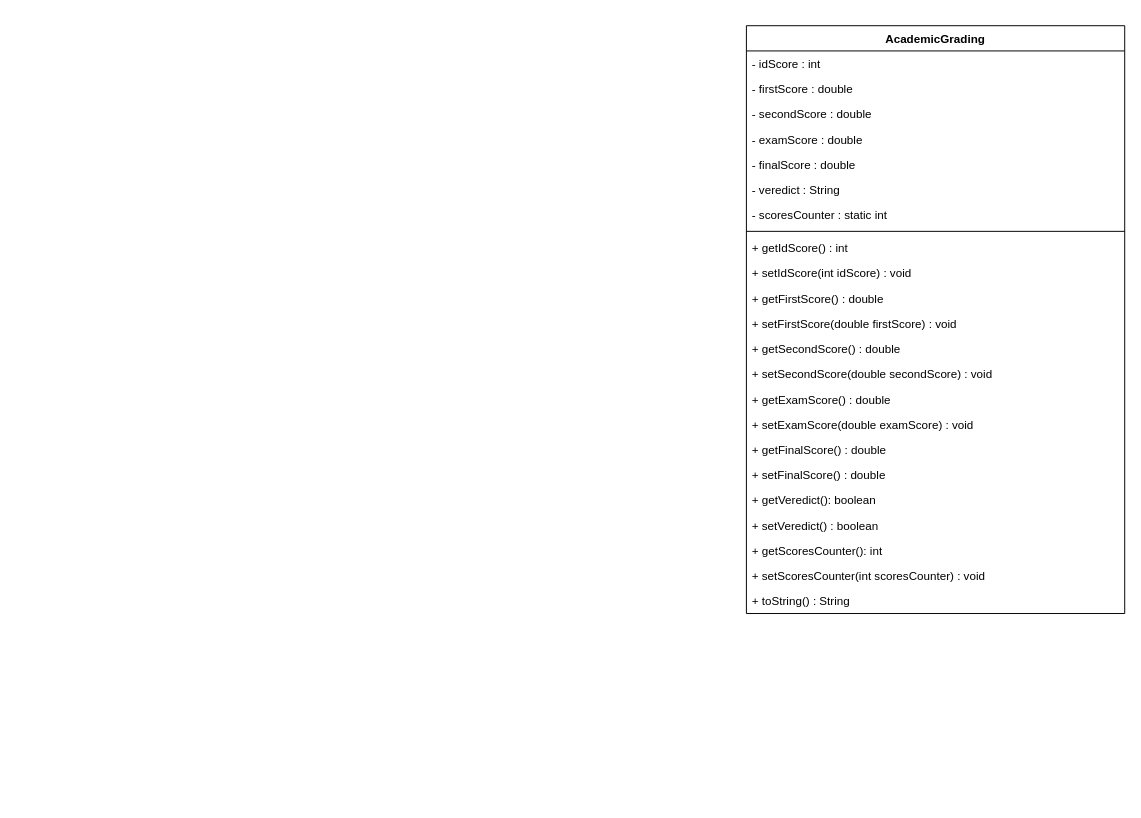
The draw.io diagram Fundamentos/AcademicGrading/src/co/com/mprd/domain/AcademicGrading.drawio in Maria-RD/Udemy-JavaCourse, before the edit. Source tidied: cells renumbered, new cells numbered last; positions are measured from the earlier drawing's top-left corner, leaving out a move shared by most shapes. Both pictures are drawn from the tidied source at 97%, with x=0, y=0 at pixel (746, 25).
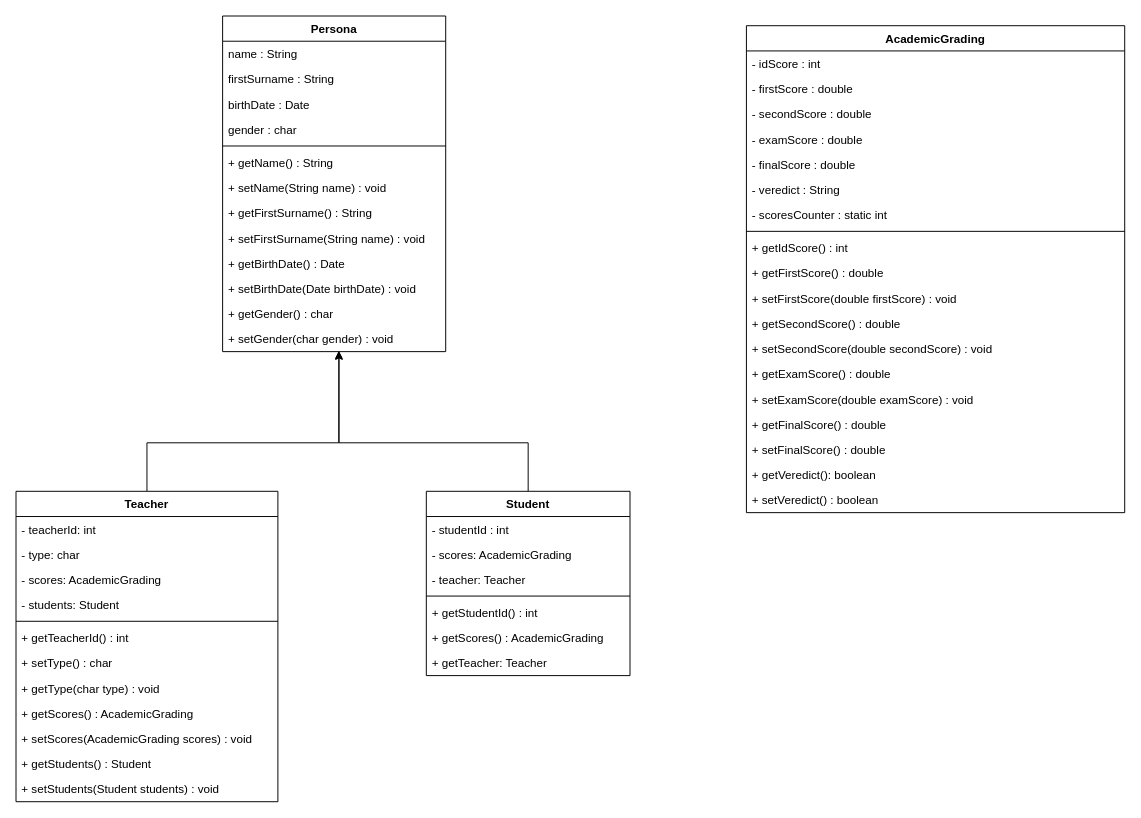
After the change.

Commit message (it also covers changes not shown here):
feat: teachers and students setup

The edit, as a diff of the source:
```diff
@@
     <mxCell id="2" value="AcademicGrading" style="swimlane;fontStyle=1;align=center;verticalAlign=top;horizontal=1;startSize=26;" parent="1" vertex="1">
-      <mxGeometry width="390" height="606" as="geometry" />
+      <mxGeometry width="390" height="502" as="geometry" />
     </mxCell>
@@
-    <mxCell id="12" value="+ setIdScore(int idScore) : void" style="text;strokeColor=none;fillColor=none;align=left;verticalAlign=top;spacingLeft=4;spacingRight=4;overflow=hidden;" parent="2" vertex="1">
-      <mxGeometry y="242" width="390" height="26" as="geometry" />
-    </mxCell>
     <mxCell id="13" value="+ getFirstScore() : double" style="text;strokeColor=none;fillColor=none;align=left;verticalAlign=top;spacingLeft=4;spacingRight=4;overflow=hidden;" parent="2" vertex="1">
-      <mxGeometry y="268" width="390" height="26" as="geometry" />
+      <mxGeometry y="242" width="390" height="26" as="geometry" />
     </mxCell>
     <mxCell id="14" value="+ setFirstScore(double firstScore) : void" style="text;strokeColor=none;fillColor=none;align=left;verticalAlign=top;spacingLeft=4;spacingRight=4;overflow=hidden;" parent="2" vertex="1">
-      <mxGeometry y="294" width="390" height="26" as="geometry" />
+      <mxGeometry y="268" width="390" height="26" as="geometry" />
     </mxCell>
     <mxCell id="15" value="+ getSecondScore() : double" style="text;strokeColor=none;fillColor=none;align=left;verticalAlign=top;spacingLeft=4;spacingRight=4;overflow=hidden;" parent="2" vertex="1">
-      <mxGeometry y="320" width="390" height="26" as="geometry" />
+      <mxGeometry y="294" width="390" height="26" as="geometry" />
     </mxCell>
     <mxCell id="16" value="+ setSecondScore(double secondScore) : void" style="text;strokeColor=none;fillColor=none;align=left;verticalAlign=top;spacingLeft=4;spacingRight=4;overflow=hidden;" parent="2" vertex="1">
-      <mxGeometry y="346" width="390" height="26" as="geometry" />
+      <mxGeometry y="320" width="390" height="26" as="geometry" />
     </mxCell>
     <mxCell id="17" value="+ getExamScore() : double" style="text;strokeColor=none;fillColor=none;align=left;verticalAlign=top;spacingLeft=4;spacingRight=4;overflow=hidden;" parent="2" vertex="1">
-      <mxGeometry y="372" width="390" height="26" as="geometry" />
+      <mxGeometry y="346" width="390" height="26" as="geometry" />
     </mxCell>
     <mxCell id="18" value="+ setExamScore(double examScore) : void" style="text;strokeColor=none;fillColor=none;align=left;verticalAlign=top;spacingLeft=4;spacingRight=4;overflow=hidden;" parent="2" vertex="1">
-      <mxGeometry y="398" width="390" height="26" as="geometry" />
+      <mxGeometry y="372" width="390" height="26" as="geometry" />
     </mxCell>
     <mxCell id="19" value="+ getFinalScore() : double" style="text;strokeColor=none;fillColor=none;align=left;verticalAlign=top;spacingLeft=4;spacingRight=4;overflow=hidden;" parent="2" vertex="1">
-      <mxGeometry y="424" width="390" height="26" as="geometry" />
+      <mxGeometry y="398" width="390" height="26" as="geometry" />
     </mxCell>
     <mxCell id="20" value="+ setFinalScore() : double" style="text;strokeColor=none;fillColor=none;align=left;verticalAlign=top;spacingLeft=4;spacingRight=4;overflow=hidden;" parent="2" vertex="1">
-      <mxGeometry y="450" width="390" height="26" as="geometry" />
+      <mxGeometry y="424" width="390" height="26" as="geometry" />
     </mxCell>
     <mxCell id="21" value="+ getVeredict(): boolean" style="text;strokeColor=none;fillColor=none;align=left;verticalAlign=top;spacingLeft=4;spacingRight=4;overflow=hidden;" parent="2" vertex="1">
-      <mxGeometry y="476" width="390" height="26" as="geometry" />
+      <mxGeometry y="450" width="390" height="26" as="geometry" />
     </mxCell>
     <mxCell id="22" value="+ setVeredict() : boolean" style="text;strokeColor=none;fillColor=none;align=left;verticalAlign=top;spacingLeft=4;spacingRight=4;overflow=hidden;" parent="2" vertex="1">
-      <mxGeometry y="502" width="390" height="26" as="geometry" />
+      <mxGeometry y="476" width="390" height="26" as="geometry" />
     </mxCell>
-    <mxCell id="23" value="+ getScoresCounter(): int" style="text;strokeColor=none;fillColor=none;align=left;verticalAlign=top;spacingLeft=4;spacingRight=4;overflow=hidden;" parent="2" vertex="1">
-      <mxGeometry y="528" width="390" height="26" as="geometry" />
-    </mxCell>
-    <mxCell id="24" value="+ setScoresCounter(int scoresCounter) : void" style="text;strokeColor=none;fillColor=none;align=left;verticalAlign=top;spacingLeft=4;spacingRight=4;overflow=hidden;" parent="2" vertex="1">
-      <mxGeometry y="554" width="390" height="26" as="geometry" />
-    </mxCell>
-    <mxCell id="25" value="+ toString() : String" style="text;strokeColor=none;fillColor=none;align=left;verticalAlign=top;spacingLeft=4;spacingRight=4;overflow=hidden;" parent="2" vertex="1">
-      <mxGeometry y="580" width="390" height="26" as="geometry" />
-    </mxCell>
+    <mxCell id="26" value="Persona" style="swimlane;fontStyle=1;align=center;verticalAlign=top;horizontal=1;startSize=26;" parent="1" vertex="1">
+      <mxGeometry x="-540" y="-10" width="230" height="346" as="geometry" />
+    </mxCell>
+    <mxCell id="27" value="name : String" style="text;strokeColor=none;fillColor=none;align=left;verticalAlign=top;spacingLeft=4;spacingRight=4;overflow=hidden;" parent="26" vertex="1">
+      <mxGeometry y="26" width="230" height="26" as="geometry" />
+    </mxCell>
+    <mxCell id="28" value="firstSurname : String" style="text;strokeColor=none;fillColor=none;align=left;verticalAlign=top;spacingLeft=4;spacingRight=4;overflow=hidden;" parent="26" vertex="1">
+      <mxGeometry y="52" width="230" height="26" as="geometry" />
+    </mxCell>
+    <mxCell id="29" value="birthDate : Date" style="text;strokeColor=none;fillColor=none;align=left;verticalAlign=top;spacingLeft=4;spacingRight=4;overflow=hidden;" parent="26" vertex="1">
+      <mxGeometry y="78" width="230" height="26" as="geometry" />
+    </mxCell>
+    <mxCell id="30" value="gender : char " style="text;strokeColor=none;fillColor=none;align=left;verticalAlign=top;spacingLeft=4;spacingRight=4;overflow=hidden;" parent="26" vertex="1">
+      <mxGeometry y="104" width="230" height="26" as="geometry" />
+    </mxCell>
+    <mxCell id="31" style="line;strokeWidth=1;fillColor=none;align=left;verticalAlign=middle;spacingTop=-1;spacingLeft=3;spacingRight=3;labelPosition=right;" parent="26" vertex="1">
+      <mxGeometry y="130" width="230" height="8" as="geometry" />
+    </mxCell>
+    <mxCell id="32" value="+ getName() : String" style="text;strokeColor=none;fillColor=none;align=left;verticalAlign=top;spacingLeft=4;spacingRight=4;overflow=hidden;" parent="26" vertex="1">
+      <mxGeometry y="138" width="230" height="26" as="geometry" />
+    </mxCell>
+    <mxCell id="33" value="+ setName(String name) : void" style="text;strokeColor=none;fillColor=none;align=left;verticalAlign=top;spacingLeft=4;spacingRight=4;overflow=hidden;" parent="26" vertex="1">
+      <mxGeometry y="164" width="230" height="26" as="geometry" />
+    </mxCell>
+    <mxCell id="34" value="+ getFirstSurname() : String" style="text;strokeColor=none;fillColor=none;align=left;verticalAlign=top;spacingLeft=4;spacingRight=4;overflow=hidden;" parent="26" vertex="1">
+      <mxGeometry y="190" width="230" height="26" as="geometry" />
+    </mxCell>
+    <mxCell id="35" value="+ setFirstSurname(String name) : void" style="text;strokeColor=none;fillColor=none;align=left;verticalAlign=top;spacingLeft=4;spacingRight=4;overflow=hidden;" parent="26" vertex="1">
+      <mxGeometry y="216" width="230" height="26" as="geometry" />
+    </mxCell>
+    <mxCell id="36" value="+ getBirthDate() : Date" style="text;strokeColor=none;fillColor=none;align=left;verticalAlign=top;spacingLeft=4;spacingRight=4;overflow=hidden;" parent="26" vertex="1">
+      <mxGeometry y="242" width="230" height="26" as="geometry" />
+    </mxCell>
+    <mxCell id="37" value="+ setBirthDate(Date birthDate) : void" style="text;strokeColor=none;fillColor=none;align=left;verticalAlign=top;spacingLeft=4;spacingRight=4;overflow=hidden;" parent="26" vertex="1">
+      <mxGeometry y="268" width="230" height="26" as="geometry" />
+    </mxCell>
+    <mxCell id="38" value="+ getGender() : char" style="text;strokeColor=none;fillColor=none;align=left;verticalAlign=top;spacingLeft=4;spacingRight=4;overflow=hidden;" parent="26" vertex="1">
+      <mxGeometry y="294" width="230" height="26" as="geometry" />
+    </mxCell>
+    <mxCell id="39" value="+ setGender(char gender) : void" style="text;strokeColor=none;fillColor=none;align=left;verticalAlign=top;spacingLeft=4;spacingRight=4;overflow=hidden;points=[[0,0.5],[1,0.5]];portConstraint=eastwest;" parent="26" vertex="1">
+      <mxGeometry y="320" width="230" height="26" as="geometry" />
+    </mxCell>
+    <mxCell id="40" style="edgeStyle=orthogonalEdgeStyle;rounded=0;jettySize=auto;html=1;entryX=0.521;entryY=0.963;entryDx=0;entryDy=0;entryPerimeter=0;" parent="1" edge="1" source="41" target="39">
+      <mxGeometry relative="1" as="geometry">
+        <Array as="points">
+          <mxPoint x="-618" y="430" />
+          <mxPoint x="-420" y="430" />
+        </Array>
+      </mxGeometry>
+    </mxCell>
+    <mxCell id="41" value="Teacher" style="swimlane;fontStyle=1;align=center;verticalAlign=top;horizontal=1;startSize=26;" parent="1" vertex="1">
+      <mxGeometry x="-753" y="480" width="270" height="320" as="geometry" />
+    </mxCell>
+    <mxCell id="42" value="- teacherId: int" style="text;strokeColor=none;fillColor=none;align=left;verticalAlign=top;spacingLeft=4;spacingRight=4;overflow=hidden;" parent="41" vertex="1">
+      <mxGeometry y="26" width="270" height="26" as="geometry" />
+    </mxCell>
+    <mxCell id="43" value="- type: char" style="text;strokeColor=none;fillColor=none;align=left;verticalAlign=top;spacingLeft=4;spacingRight=4;overflow=hidden;" parent="41" vertex="1">
+      <mxGeometry y="52" width="270" height="26" as="geometry" />
+    </mxCell>
+    <mxCell id="44" value="- scores: AcademicGrading" style="text;strokeColor=none;fillColor=none;align=left;verticalAlign=top;spacingLeft=4;spacingRight=4;overflow=hidden;" parent="41" vertex="1">
+      <mxGeometry y="78" width="270" height="26" as="geometry" />
+    </mxCell>
+    <mxCell id="45" value="- students: Student" style="text;strokeColor=none;fillColor=none;align=left;verticalAlign=top;spacingLeft=4;spacingRight=4;overflow=hidden;" parent="41" vertex="1">
+      <mxGeometry y="104" width="270" height="26" as="geometry" />
+    </mxCell>
+    <mxCell id="46" style="line;strokeWidth=1;fillColor=none;align=left;verticalAlign=middle;spacingTop=-1;spacingLeft=3;spacingRight=3;labelPosition=right;" parent="41" vertex="1">
+      <mxGeometry y="130" width="270" height="8" as="geometry" />
+    </mxCell>
+    <mxCell id="47" value="+ getTeacherId() : int" style="text;strokeColor=none;fillColor=none;align=left;verticalAlign=top;spacingLeft=4;spacingRight=4;overflow=hidden;" parent="41" vertex="1">
+      <mxGeometry y="138" width="270" height="26" as="geometry" />
+    </mxCell>
+    <mxCell id="48" value="+ setType() : char" style="text;strokeColor=none;fillColor=none;align=left;verticalAlign=top;spacingLeft=4;spacingRight=4;overflow=hidden;" parent="41" vertex="1">
+      <mxGeometry y="164" width="270" height="26" as="geometry" />
+    </mxCell>
+    <mxCell id="49" value="+ getType(char type) : void" style="text;strokeColor=none;fillColor=none;align=left;verticalAlign=top;spacingLeft=4;spacingRight=4;overflow=hidden;" parent="41" vertex="1">
+      <mxGeometry y="190" width="270" height="26" as="geometry" />
+    </mxCell>
+    <mxCell id="50" value="+ getScores() : AcademicGrading" style="text;strokeColor=none;fillColor=none;align=left;verticalAlign=top;spacingLeft=4;spacingRight=4;overflow=hidden;" parent="41" vertex="1">
+      <mxGeometry y="216" width="270" height="26" as="geometry" />
+    </mxCell>
+    <mxCell id="51" value="+ setScores(AcademicGrading scores) : void" style="text;strokeColor=none;fillColor=none;align=left;verticalAlign=top;spacingLeft=4;spacingRight=4;overflow=hidden;" parent="41" vertex="1">
+      <mxGeometry y="242" width="270" height="26" as="geometry" />
+    </mxCell>
+    <mxCell id="52" value="+ getStudents() : Student" style="text;strokeColor=none;fillColor=none;align=left;verticalAlign=top;spacingLeft=4;spacingRight=4;overflow=hidden;" parent="41" vertex="1">
+      <mxGeometry y="268" width="270" height="26" as="geometry" />
+    </mxCell>
+    <mxCell id="53" value="+ setStudents(Student students) : void" style="text;strokeColor=none;fillColor=none;align=left;verticalAlign=top;spacingLeft=4;spacingRight=4;overflow=hidden;" parent="41" vertex="1">
+      <mxGeometry y="294" width="270" height="26" as="geometry" />
+    </mxCell>
+    <mxCell id="54" style="edgeStyle=orthogonalEdgeStyle;rounded=0;jettySize=auto;html=1;" parent="1" edge="1" source="55" target="39">
+      <mxGeometry relative="1" as="geometry">
+        <Array as="points">
+          <mxPoint x="-225" y="430" />
+          <mxPoint x="-420" y="430" />
+        </Array>
+      </mxGeometry>
+    </mxCell>
+    <mxCell id="55" value="Student" style="swimlane;fontStyle=1;align=center;verticalAlign=top;horizontal=1;startSize=26;" parent="1" vertex="1">
+      <mxGeometry x="-330" y="480" width="210" height="190" as="geometry" />
+    </mxCell>
+    <mxCell id="56" value="- studentId : int" style="text;strokeColor=none;fillColor=none;align=left;verticalAlign=top;spacingLeft=4;spacingRight=4;overflow=hidden;" parent="55" vertex="1">
+      <mxGeometry y="26" width="210" height="26" as="geometry" />
+    </mxCell>
+    <mxCell id="57" value="- scores: AcademicGrading" style="text;strokeColor=none;fillColor=none;align=left;verticalAlign=top;spacingLeft=4;spacingRight=4;overflow=hidden;" parent="55" vertex="1">
+      <mxGeometry y="52" width="210" height="26" as="geometry" />
+    </mxCell>
+    <mxCell id="58" value="- teacher: Teacher" style="text;strokeColor=none;fillColor=none;align=left;verticalAlign=top;spacingLeft=4;spacingRight=4;overflow=hidden;" parent="55" vertex="1">
+      <mxGeometry y="78" width="210" height="26" as="geometry" />
+    </mxCell>
+    <mxCell id="59" style="line;strokeWidth=1;fillColor=none;align=left;verticalAlign=middle;spacingTop=-1;spacingLeft=3;spacingRight=3;labelPosition=right;" parent="55" vertex="1">
+      <mxGeometry y="104" width="210" height="8" as="geometry" />
+    </mxCell>
+    <mxCell id="60" value="+ getStudentId() : int" style="text;strokeColor=none;fillColor=none;align=left;verticalAlign=top;spacingLeft=4;spacingRight=4;overflow=hidden;" parent="55" vertex="1">
+      <mxGeometry y="112" width="210" height="26" as="geometry" />
+    </mxCell>
+    <mxCell id="61" value="+ getScores() : AcademicGrading" style="text;strokeColor=none;fillColor=none;align=left;verticalAlign=top;spacingLeft=4;spacingRight=4;overflow=hidden;" parent="55" vertex="1">
+      <mxGeometry y="138" width="210" height="26" as="geometry" />
+    </mxCell>
+    <mxCell id="62" value="+ getTeacher: Teacher" style="text;strokeColor=none;fillColor=none;align=left;verticalAlign=top;spacingLeft=4;spacingRight=4;overflow=hidden;" parent="55" vertex="1">
+      <mxGeometry y="164" width="210" height="26" as="geometry" />
+    </mxCell>
```
